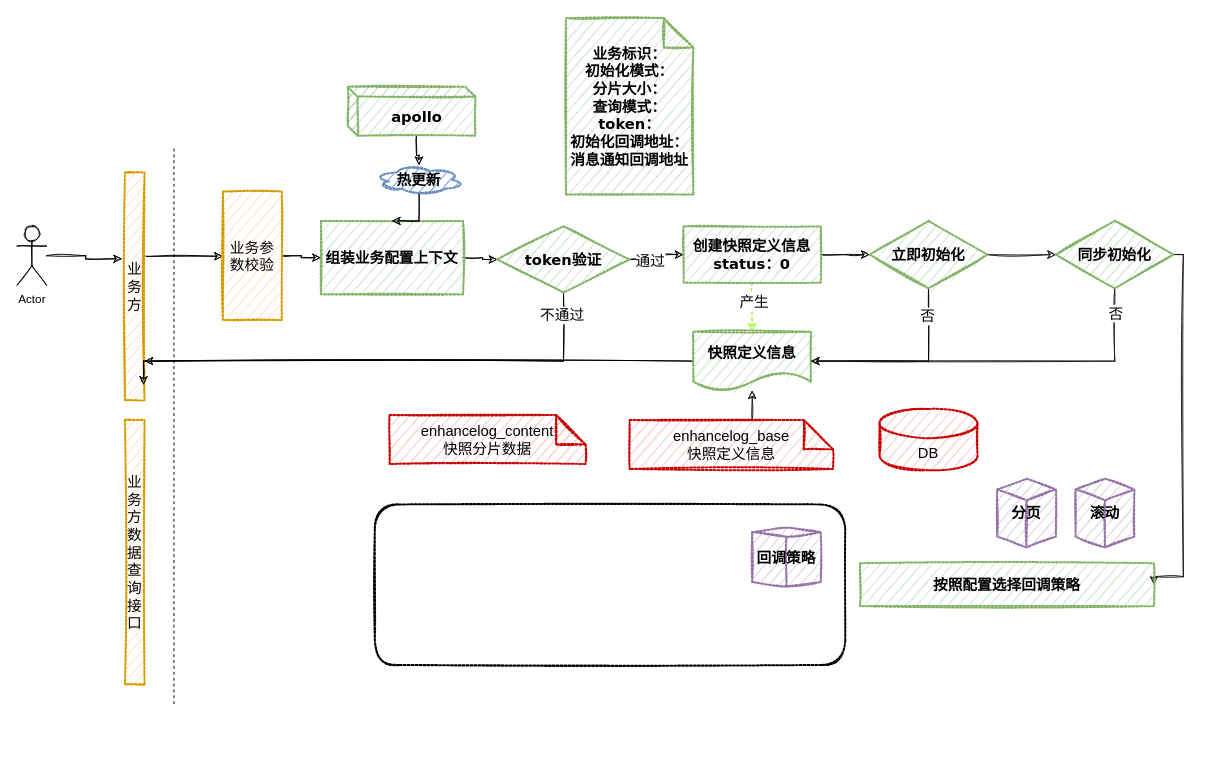
Earlier version of the draw.io diagram Untitled Diagram.drawio (cb2s/goodGoodStudy). Source tidied: cells renumbered, new cells numbered last; positions are measured from the earlier drawing's top-left corner, leaving out a move shared by most shapes. Both pictures are drawn from the tidied source at 98%, with x=0, y=0 at pixel (17, 18).
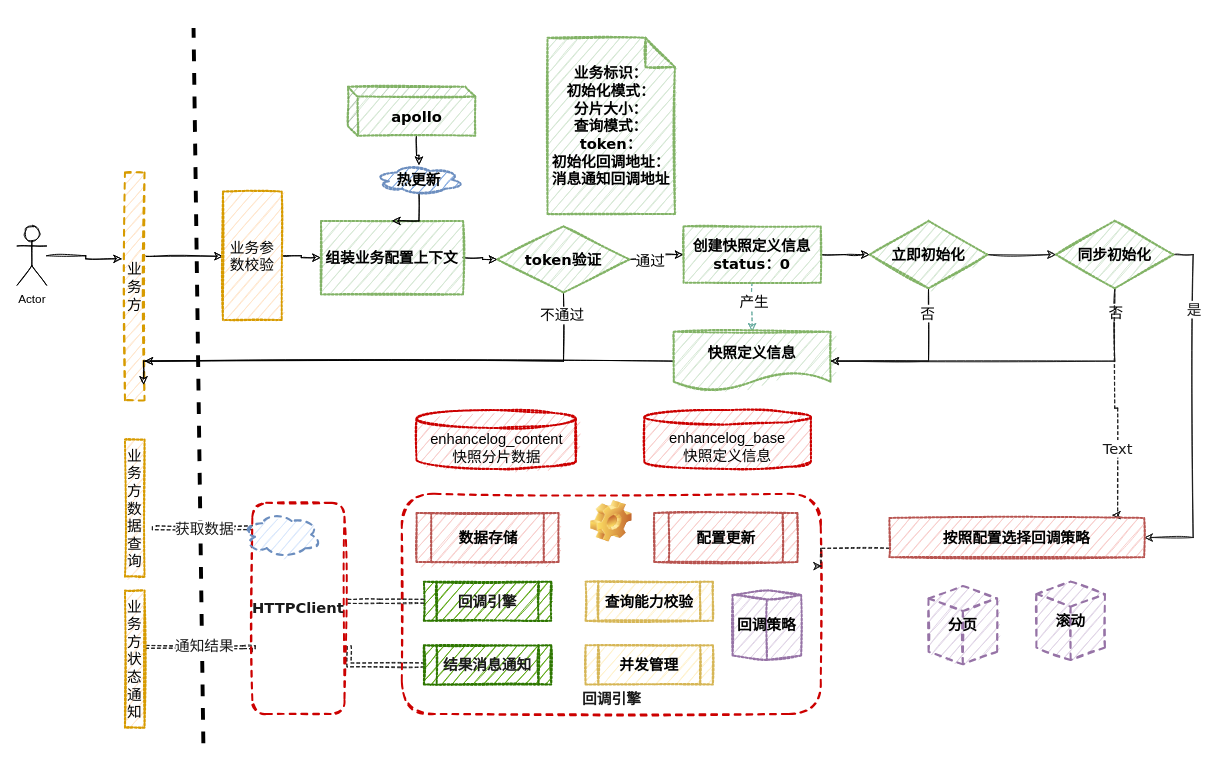
The same diagram, later.

Unchanged cells that the change refers to:
```xml
<mxCell id="28" value="创建快照定义信息&lt;br&gt;status：0" style="whiteSpace=wrap;html=1;dashed=1;dashPattern=1 1;fontFamily=Verdana;fontSize=15;fontStyle=1;strokeColor=#82b366;strokeWidth=2;fillColor=#d5e8d4;sketch=1;" parent="1" vertex="1">
  <mxGeometry x="680" y="212.5" width="140" height="57.5" as="geometry" />
</mxCell>
<mxCell id="38" value="同步初始化" style="rhombus;whiteSpace=wrap;html=1;dashed=1;dashPattern=1 1;fontFamily=Verdana;fontSize=15;fontStyle=1;strokeColor=#82b366;strokeWidth=2;fillColor=#d5e8d4;sketch=1;" parent="1" vertex="1">
  <mxGeometry x="1060" y="206.9" width="120" height="68.8" as="geometry" />
</mxCell>
```

The edit, as a diff of the source:
```diff
@@
+    <mxCell id="45" value="回调引擎" style="label;whiteSpace=wrap;html=1;align=center;verticalAlign=bottom;spacingLeft=0;spacingBottom=4;imageAlign=center;imageVerticalAlign=top;image=img/clipart/Gear_128x128.png;dashed=1;sketch=1;strokeColor=#CC0000;strokeWidth=2;fillColor=none;fontFamily=Verdana;fontSize=15;fontColor=#1A1A1A;" parent="1" vertex="1">
+      <mxGeometry x="392.5" y="485.4" width="427.5" height="224.6" as="geometry" />
+    </mxCell>
@@
-    <mxCell id="5" value="业务方" style="rounded=0;whiteSpace=wrap;html=1;sketch=1;dashed=1;dashPattern=1 1;strokeWidth=2;perimeterSpacing=0;strokeColor=#d79b00;fillColor=#ffe6cc;fontSize=15;" parent="1" vertex="1">
+    <mxCell id="5" value="业务方" style="rounded=0;whiteSpace=wrap;html=1;sketch=1;dashed=1;strokeWidth=2;perimeterSpacing=0;strokeColor=#d79b00;fillColor=#ffe6cc;fontSize=15;" parent="1" vertex="1">
       <mxGeometry x="110" y="157.5" width="20" height="232.5" as="geometry" />
     </mxCell>
@@
-    <mxCell id="8" value="DB" style="shape=cylinder3;whiteSpace=wrap;html=1;boundedLbl=1;backgroundOutline=1;size=15;dashed=1;dashPattern=1 1;sketch=1;strokeWidth=2;fontSize=15;fillColor=#f8cecc;strokeColor=#CC0000;" parent="1" vertex="1">
-      <mxGeometry x="880" y="398.8" width="100" height="62.5" as="geometry" />
+    <mxCell id="8" value="enhancelog_base&lt;br&gt;快照定义信息" style="shape=cylinder3;whiteSpace=wrap;html=1;boundedLbl=1;backgroundOutline=1;size=7.3529411764705515;dashed=1;dashPattern=1 1;sketch=1;strokeWidth=2;fontSize=15;fillColor=#f8cecc;strokeColor=#CC0000;" parent="1" vertex="1">
+      <mxGeometry x="640" y="400" width="170" height="60" as="geometry" />
     </mxCell>
-    <mxCell id="9" style="edgeStyle=orthogonalEdgeStyle;rounded=0;sketch=1;jettySize=auto;html=1;exitX=0.5;exitY=0;exitDx=0;exitDy=0;exitPerimeter=0;strokeColor=#1A1A1A;fontFamily=Verdana;fontSize=15;" parent="1" edge="1" source="10" target="34">
-      <mxGeometry relative="1" as="geometry">
-        <Array as="points">
-          <mxPoint x="750" y="410" />
-        </Array>
-      </mxGeometry>
-    </mxCell>
-    <mxCell id="10" value="enhancelog_base&lt;br&gt;快照定义信息" style="shape=note;whiteSpace=wrap;html=1;backgroundOutline=1;darkOpacity=0.05;dashed=1;dashPattern=1 1;sketch=1;strokeWidth=2;fontSize=15;fillColor=#f8cecc;strokeColor=#CC0000;" parent="1" vertex="1">
-      <mxGeometry x="625" y="410" width="207.5" height="50" as="geometry" />
-    </mxCell>
-    <mxCell id="11" value="enhancelog_content&lt;br&gt;快照分片数据" style="shape=note;whiteSpace=wrap;html=1;backgroundOutline=1;darkOpacity=0.05;dashed=1;dashPattern=1 1;sketch=1;strokeWidth=2;fontSize=15;fillColor=#f8cecc;strokeColor=#CC0000;" parent="1" vertex="1">
-      <mxGeometry x="380" y="405" width="200" height="50" as="geometry" />
-    </mxCell>
@@
-    <mxCell id="14" style="endArrow=none;dashed=1;html=1;fontFamily=Verdana;fontSize=15;" parent="1" edge="1">
+    <mxCell id="14" style="endArrow=none;dashed=1;html=1;fontFamily=Verdana;fontSize=15;strokeWidth=4;" parent="1" edge="1">
       <mxGeometry relative="1" as="geometry">
-        <mxPoint x="160" y="700" as="sourcePoint" />
-        <mxPoint x="160" y="130" as="targetPoint" />
+        <mxPoint x="190" y="740" as="sourcePoint" />
+        <mxPoint x="180" y="10" as="targetPoint" />
       </mxGeometry>
     </mxCell>
     <mxCell id="15" value="业务标识：&lt;br&gt;初始化模式：&lt;br&gt;分片大小：&lt;br&gt;查询模式：&lt;br&gt;token：&lt;br&gt;初始化回调地址：&lt;br&gt;消息通知回调地址" style="shape=note;whiteSpace=wrap;html=1;backgroundOutline=1;darkOpacity=0.05;dashed=1;dashPattern=1 1;fontFamily=Verdana;fontSize=15;fontStyle=1;strokeColor=#82b366;strokeWidth=2;fillColor=#d5e8d4;sketch=1;align=center;" parent="1" vertex="1">
-      <mxGeometry x="560" width="130" height="180" as="geometry" />
+      <mxGeometry x="541.2" y="20" width="130" height="180" as="geometry" />
     </mxCell>
@@
-    <mxCell id="26" style="edgeStyle=orthogonalEdgeStyle;rounded=0;sketch=1;jettySize=auto;html=1;fontFamily=Verdana;fontSize=15;dashed=1;strokeColor=#99FF33;" parent="1" edge="1" source="28" target="34">
+    <mxCell id="26" style="edgeStyle=orthogonalEdgeStyle;rounded=0;sketch=1;jettySize=auto;html=1;fontFamily=Verdana;fontSize=15;dashed=1;strokeColor=#67AB9F;" parent="1" edge="1" source="28" target="34">
       <mxGeometry relative="1" as="geometry" />
     </mxCell>
@@
     <mxCell id="34" value="快照定义信息" style="shape=document;whiteSpace=wrap;html=1;boundedLbl=1;dashed=1;dashPattern=1 1;fontFamily=Verdana;fontSize=15;fontStyle=1;strokeColor=#82b366;strokeWidth=2;fillColor=#d5e8d4;sketch=1;" parent="1" vertex="1">
-      <mxGeometry x="690" y="320" width="120" height="60" as="geometry" />
+      <mxGeometry x="670" y="320" width="160" height="60" as="geometry" />
     </mxCell>
@@
-    <mxCell id="37" style="edgeStyle=orthogonalEdgeStyle;rounded=0;sketch=1;jettySize=auto;html=1;strokeColor=#1A1A1A;fontFamily=Verdana;fontSize=15;entryX=1;entryY=0.5;entryDx=0;entryDy=0;" parent="1" edge="1" source="38" target="39">
-      <mxGeometry relative="1" as="geometry">
-        <Array as="points">
-          <mxPoint x="1190" y="241" />
-          <mxPoint x="1190" y="570" />
-          <mxPoint x="1160" y="570" />
-        </Array>
-      </mxGeometry>
-    </mxCell>
+    <mxCell id="46" style="edgeStyle=orthogonalEdgeStyle;rounded=0;sketch=1;jettySize=auto;html=1;strokeColor=#1A1A1A;fontFamily=Verdana;fontSize=15;fontColor=#1A1A1A;dashed=1;entryX=0.874;entryY=-0.069;entryDx=0;entryDy=0;entryPerimeter=0;" parent="1" edge="1" source="38" target="39">
+      <mxGeometry relative="1" as="geometry">
+        <Array as="points">
+          <mxPoint x="1120" y="398" />
+          <mxPoint x="1123" y="398" />
+        </Array>
+      </mxGeometry>
+    </mxCell>
+    <mxCell id="47" value="Text" style="edgeLabel;html=1;align=center;verticalAlign=middle;fontSize=15;fontFamily=Verdana;fontColor=#1A1A1A;" parent="46" vertex="1">
+      <mxGeometry x="0.38" y="-1" relative="1" as="geometry" />
+    </mxCell>
+    <mxCell id="48" style="edgeStyle=orthogonalEdgeStyle;rounded=0;sketch=1;jettySize=auto;html=1;exitX=1;exitY=0.5;exitDx=0;exitDy=0;entryX=1;entryY=0.5;entryDx=0;entryDy=0;strokeColor=#1A1A1A;fontFamily=Verdana;fontSize=15;fontColor=#1A1A1A;" parent="1" edge="1" source="38" target="39">
+      <mxGeometry relative="1" as="geometry" />
+    </mxCell>
+    <mxCell id="49" value="是" style="edgeLabel;html=1;align=center;verticalAlign=middle;fontSize=15;fontFamily=Verdana;fontColor=#1A1A1A;" parent="48" vertex="1">
+      <mxGeometry x="-0.58" relative="1" as="geometry" />
+    </mxCell>
@@
+    <mxCell id="50" style="edgeStyle=orthogonalEdgeStyle;rounded=0;sketch=1;jettySize=auto;html=1;entryX=1.003;entryY=0.328;entryDx=0;entryDy=0;dashed=1;strokeColor=#1A1A1A;fontFamily=Verdana;fontSize=15;fontColor=#1A1A1A;entryPerimeter=0;" parent="1" edge="1" source="39" target="45">
+      <mxGeometry relative="1" as="geometry">
+        <Array as="points">
+          <mxPoint x="820" y="541" />
+          <mxPoint x="820" y="559" />
+        </Array>
+      </mxGeometry>
+    </mxCell>
-    <mxCell id="39" value="按照配置选择回调策略" style="whiteSpace=wrap;html=1;dashed=1;dashPattern=1 1;fontFamily=Verdana;fontSize=15;fontStyle=1;strokeColor=#82b366;strokeWidth=2;fillColor=#d5e8d4;sketch=1;" parent="1" vertex="1">
-      <mxGeometry x="860" y="556.2" width="300" height="43.8" as="geometry" />
+    <mxCell id="39" value="按照配置选择回调策略" style="whiteSpace=wrap;html=1;dashed=1;dashPattern=1 1;fontFamily=Verdana;fontSize=15;fontStyle=1;strokeColor=#b85450;strokeWidth=2;fillColor=#f8cecc;sketch=1;" parent="1" vertex="1">
+      <mxGeometry x="890" y="510" width="260" height="40" as="geometry" />
     </mxCell>
-    <mxCell id="40" value="业务方&lt;br&gt;数据查询接口" style="rounded=0;whiteSpace=wrap;html=1;sketch=1;dashed=1;dashPattern=1 1;strokeWidth=2;perimeterSpacing=0;strokeColor=#d79b00;fillColor=#ffe6cc;fontSize=15;" parent="1" vertex="1">
-      <mxGeometry x="110" y="410" width="20" height="270" as="geometry" />
+    <mxCell id="40" value="业务方&lt;br&gt;数据查询" style="rounded=0;whiteSpace=wrap;html=1;sketch=1;dashed=1;dashPattern=1 1;strokeWidth=2;perimeterSpacing=0;strokeColor=#d79b00;fillColor=#ffe6cc;fontSize=15;" parent="1" vertex="1">
+      <mxGeometry x="110" y="430" width="20" height="140" as="geometry" />
     </mxCell>
-    <mxCell id="41" style="rounded=1;whiteSpace=wrap;html=1;dashed=1;dashPattern=1 1;sketch=1;strokeWidth=2;fontFamily=Verdana;fontSize=15;align=center;fillColor=none;" parent="1" vertex="1">
-      <mxGeometry x="365" y="496.2" width="480" height="163.8" as="geometry" />
-    </mxCell>
-    <mxCell id="42" value="分页" style="html=1;whiteSpace=wrap;shape=isoCube2;backgroundOutline=1;isoAngle=11.5196078431372;dashed=1;dashPattern=1 1;sketch=1;strokeColor=#9673a6;strokeWidth=2;fillColor=#e1d5e7;fontFamily=Verdana;fontSize=15;align=center;fontStyle=1;" parent="1" vertex="1">
-      <mxGeometry x="1000" y="470" width="60" height="70" as="geometry" />
+    <mxCell id="42" value="分页" style="html=1;whiteSpace=wrap;shape=isoCube2;backgroundOutline=1;isoAngle=11.5196078431372;dashed=1;sketch=1;strokeColor=#9673a6;strokeWidth=2;fillColor=#e1d5e7;fontFamily=Verdana;fontSize=15;align=center;fontStyle=1;" parent="1" vertex="1">
+      <mxGeometry x="930" y="579.4" width="70" height="80" as="geometry" />
     </mxCell>
-    <mxCell id="43" value="滚动" style="html=1;whiteSpace=wrap;shape=isoCube2;backgroundOutline=1;isoAngle=11.5196078431372;dashed=1;dashPattern=1 1;sketch=1;strokeColor=#9673a6;strokeWidth=2;fillColor=#e1d5e7;fontFamily=Verdana;fontSize=15;align=center;fontStyle=1;" parent="1" vertex="1">
-      <mxGeometry x="1080" y="470" width="60" height="70" as="geometry" />
+    <mxCell id="43" value="滚动" style="html=1;whiteSpace=wrap;shape=isoCube2;backgroundOutline=1;isoAngle=11.5196078431372;dashed=1;sketch=1;strokeColor=#9673a6;strokeWidth=2;fillColor=#e1d5e7;fontFamily=Verdana;fontSize=15;align=center;fontStyle=1;" parent="1" vertex="1">
+      <mxGeometry x="1040" y="575" width="70" height="80" as="geometry" />
     </mxCell>
     <mxCell id="44" value="回调策略" style="html=1;whiteSpace=wrap;shape=isoCube2;backgroundOutline=1;isoAngle=4.166666666666903;dashed=1;dashPattern=1 1;sketch=1;strokeColor=#9673a6;strokeWidth=2;fillColor=#e1d5e7;fontFamily=Verdana;fontSize=15;align=center;fontStyle=1;" parent="1" vertex="1">
-      <mxGeometry x="750" y="520" width="70" height="60" as="geometry" />
+      <mxGeometry x="730" y="584" width="70" height="70.9" as="geometry" />
     </mxCell>
+    <mxCell id="51" value="回调引擎" style="shape=process;whiteSpace=wrap;html=1;backgroundOutline=1;dashed=1;dashPattern=1 1;sketch=1;strokeColor=#2D7600;strokeWidth=2;fillColor=#60a917;fontFamily=Verdana;fontSize=15;align=center;fontColor=#1A1A1A;fontStyle=1;" parent="1" vertex="1">
+      <mxGeometry x="415" y="575" width="130" height="40" as="geometry" />
+    </mxCell>
+    <mxCell id="52" value="并发管理" style="shape=process;whiteSpace=wrap;html=1;backgroundOutline=1;dashed=1;dashPattern=1 1;sketch=1;strokeColor=#d6b656;strokeWidth=2;fillColor=#fff2cc;fontFamily=Verdana;fontSize=15;align=center;fontStyle=1;" parent="1" vertex="1">
+      <mxGeometry x="580" y="640" width="130" height="40" as="geometry" />
+    </mxCell>
+    <mxCell id="53" style="edgeStyle=orthogonalEdgeStyle;rounded=0;sketch=1;jettySize=auto;html=1;entryX=1.5;entryY=0.633;entryDx=0;entryDy=0;entryPerimeter=0;dashed=1;strokeColor=#1A1A1A;fontFamily=Verdana;fontSize=15;fontColor=#1A1A1A;shape=link;" parent="1" edge="1" source="63" target="40">
+      <mxGeometry relative="1" as="geometry">
+        <Array as="points">
+          <mxPoint x="140" y="520" />
+        </Array>
+      </mxGeometry>
+    </mxCell>
+    <mxCell id="54" value="获取数据" style="edgeLabel;html=1;align=center;verticalAlign=middle;fontSize=15;fontFamily=Verdana;fontColor=#1A1A1A;" parent="53" vertex="1">
+      <mxGeometry x="-0.38" relative="1" as="geometry">
+        <mxPoint x="-18.3" as="offset" />
+      </mxGeometry>
+    </mxCell>
+    <mxCell id="55" style="edgeStyle=orthogonalEdgeStyle;shape=link;rounded=0;sketch=1;jettySize=auto;html=1;dashed=1;strokeColor=#1A1A1A;fontFamily=Verdana;fontSize=15;fontColor=#1A1A1A;entryX=0;entryY=0.5;entryDx=0;entryDy=0;" parent="1" edge="1" target="51">
+      <mxGeometry relative="1" as="geometry">
+        <mxPoint x="337.5" y="595" as="sourcePoint" />
+        <Array as="points">
+          <mxPoint x="370" y="595" />
+          <mxPoint x="370" y="595" />
+        </Array>
+      </mxGeometry>
+    </mxCell>
+    <mxCell id="56" value="数据存储" style="shape=process;whiteSpace=wrap;html=1;backgroundOutline=1;dashed=1;dashPattern=1 1;sketch=1;strokeColor=#b85450;strokeWidth=2;fillColor=#f8cecc;fontFamily=Verdana;fontSize=15;align=center;fontStyle=1;" parent="1" vertex="1">
+      <mxGeometry x="407.5" y="505" width="145" height="50" as="geometry" />
+    </mxCell>
+    <mxCell id="57" value="配置更新" style="shape=process;whiteSpace=wrap;html=1;backgroundOutline=1;dashed=1;dashPattern=1 1;sketch=1;strokeColor=#b85450;strokeWidth=2;fillColor=#f8cecc;fontFamily=Verdana;fontSize=15;align=center;fontStyle=1;" parent="1" vertex="1">
+      <mxGeometry x="650" y="505" width="146.2" height="50" as="geometry" />
+    </mxCell>
+    <mxCell id="58" style="edgeStyle=orthogonalEdgeStyle;shape=link;rounded=0;sketch=1;jettySize=auto;html=1;exitX=0;exitY=0.5;exitDx=0;exitDy=0;entryX=1.008;entryY=0.802;entryDx=0;entryDy=0;entryPerimeter=0;dashed=1;strokeColor=#1A1A1A;fontFamily=Verdana;fontSize=15;fontColor=#1A1A1A;" parent="1" edge="1" source="59">
+      <mxGeometry relative="1" as="geometry">
+        <mxPoint x="338.7" y="640.3" as="targetPoint" />
+        <Array as="points">
+          <mxPoint x="339" y="660" />
+        </Array>
+      </mxGeometry>
+    </mxCell>
+    <mxCell id="59" value="结果消息通知" style="shape=process;whiteSpace=wrap;html=1;backgroundOutline=1;dashed=1;dashPattern=1 1;sketch=1;strokeColor=#2D7600;strokeWidth=2;fillColor=#60a917;fontFamily=Verdana;fontSize=15;align=center;fontColor=#1A1A1A;fontStyle=1;" parent="1" vertex="1">
+      <mxGeometry x="415" y="640" width="130" height="40" as="geometry" />
+    </mxCell>
+    <mxCell id="60" value="查询能力校验" style="shape=process;whiteSpace=wrap;html=1;backgroundOutline=1;dashed=1;dashPattern=1 1;sketch=1;strokeColor=#d6b656;strokeWidth=2;fillColor=#fff2cc;fontFamily=Verdana;fontSize=15;align=center;fontStyle=1;" parent="1" vertex="1">
+      <mxGeometry x="580" y="575" width="130" height="40" as="geometry" />
+    </mxCell>
+    <mxCell id="61" style="edgeStyle=orthogonalEdgeStyle;shape=link;rounded=0;sketch=1;jettySize=auto;html=1;entryX=1.085;entryY=0.411;entryDx=0;entryDy=0;entryPerimeter=0;dashed=1;strokeColor=#1A1A1A;fontFamily=Verdana;fontSize=15;fontColor=#1A1A1A;width=2.9411764705882355;exitX=0.015;exitY=0.705;exitDx=0;exitDy=0;exitPerimeter=0;" parent="1" edge="1" source="63" target="65">
+      <mxGeometry relative="1" as="geometry">
+        <Array as="points">
+          <mxPoint x="241" y="642" />
+          <mxPoint x="230" y="642" />
+        </Array>
+      </mxGeometry>
+    </mxCell>
+    <mxCell id="62" value="通知结果" style="edgeLabel;html=1;align=center;verticalAlign=middle;fontSize=15;fontFamily=Verdana;fontColor=#1A1A1A;" parent="61" vertex="1">
+      <mxGeometry x="-0.19" y="-1" relative="1" as="geometry">
+        <mxPoint x="-9.6" y="-0.9" as="offset" />
+      </mxGeometry>
+    </mxCell>
+    <mxCell id="63" value="HTTPClient" style="rounded=1;whiteSpace=wrap;html=1;dashed=1;sketch=1;strokeColor=#CC0000;strokeWidth=2;fillColor=none;fontFamily=Verdana;fontSize=15;fontColor=#1A1A1A;align=center;fontStyle=1;" parent="1" vertex="1">
+      <mxGeometry x="240" y="494.6" width="94" height="215.4" as="geometry" />
+    </mxCell>
+    <mxCell id="64" style="ellipse;shape=cloud;whiteSpace=wrap;html=1;dashed=1;sketch=1;strokeColor=#6c8ebf;strokeWidth=2;fillColor=#dae8fc;fontFamily=Verdana;fontSize=15;align=center;" parent="1" vertex="1">
+      <mxGeometry x="230" y="504" width="80" height="46" as="geometry" />
+    </mxCell>
+    <mxCell id="65" value="业务方&lt;br&gt;状态通知" style="rounded=0;whiteSpace=wrap;html=1;sketch=1;dashed=1;dashPattern=1 1;strokeWidth=2;perimeterSpacing=0;strokeColor=#d79b00;fillColor=#ffe6cc;fontSize=15;" parent="1" vertex="1">
+      <mxGeometry x="110" y="584" width="20" height="140" as="geometry" />
+    </mxCell>
+    <mxCell id="11" value="enhancelog_content&lt;br&gt;快照分片数据" style="shape=cylinder3;whiteSpace=wrap;html=1;boundedLbl=1;backgroundOutline=1;size=9.117647058823707;dashed=1;dashPattern=1 1;sketch=1;strokeWidth=2;fontSize=15;fillColor=#f8cecc;strokeColor=#CC0000;" parent="1" vertex="1">
+      <mxGeometry x="407.5" y="400" width="162.5" height="60" as="geometry" />
+    </mxCell>
```
